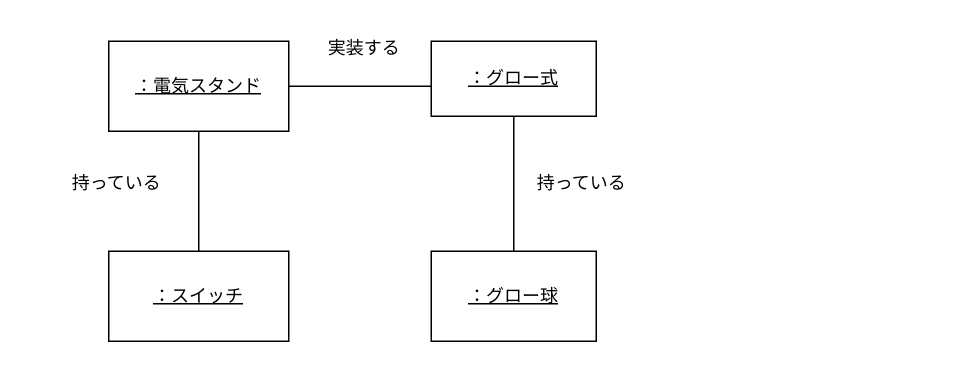
The draw.io diagram page "ページ2" (2 of 2) of Lesson09/Lesson9.drawio in ucsaeki/UML_chonyumon, before the edit. Source tidied: cells renumbered, new cells numbered last; positions are measured from the earlier drawing's top-left corner, leaving out a move shared by most shapes. Both pictures are drawn from the tidied source at 150%, with x=0, y=0 at pixel (56, 26).
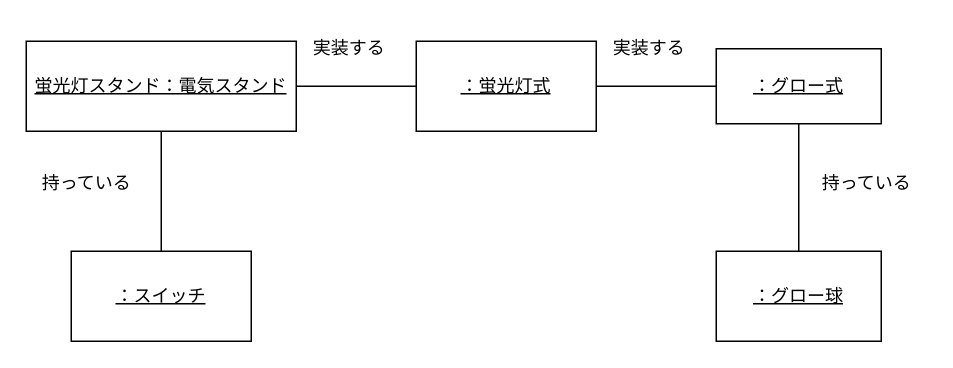
The same diagram, later.

Change to the diagram source:
```diff
@@
 <mxGraphModel>
   <root>
     <mxCell id="0" />
     <mxCell id="1" parent="0" />
     <mxCell id="2" style="shape=table;startSize=0;childLayout=tableLayout;" parent="1" vertex="1">
-      <mxGeometry x="250" y="10" width="110" height="50" as="geometry" />
+      <mxGeometry x="440" y="15" width="110" height="50" as="geometry" />
     </mxCell>
     <mxCell id="3" style="shape=tableRow;horizontal=0;startSize=0;swimlaneHead=0;swimlaneBody=0;strokeColor=inherit;top=0;left=0;bottom=0;right=0;fillColor=none;points=[[0,0.5],[1,0.5]];portConstraint=eastwest;fontStyle=4;" parent="2" vertex="1">
       <mxGeometry width="110" height="50" as="geometry" />
     </mxCell>
     <mxCell id="4" value="：グロー式" style="shape=partialRectangle;html=1;whiteSpace=wrap;strokeColor=inherit;overflow=hidden;fillColor=none;top=0;left=0;bottom=0;right=0;fontStyle=4;" parent="3" vertex="1">
       <mxGeometry width="110" height="50" as="geometry" />
     </mxCell>
     <mxCell id="5" style="shape=table;startSize=0;childLayout=tableLayout;" parent="1" vertex="1">
-      <mxGeometry x="250" y="150" width="110" height="60" as="geometry" />
+      <mxGeometry x="440" y="150" width="110" height="60" as="geometry" />
     </mxCell>
     <mxCell id="6" style="shape=tableRow;horizontal=0;startSize=0;swimlaneHead=0;swimlaneBody=0;strokeColor=inherit;top=0;left=0;bottom=0;right=0;fillColor=none;points=[[0,0.5],[1,0.5]];portConstraint=eastwest;fontStyle=4;" parent="5" vertex="1">
       <mxGeometry width="110" height="60" as="geometry" />
     </mxCell>
     <mxCell id="7" value="：グロー球" style="shape=partialRectangle;html=1;whiteSpace=wrap;strokeColor=inherit;overflow=hidden;fillColor=none;top=0;left=0;bottom=0;right=0;fontStyle=4;" parent="6" vertex="1">
       <mxGeometry width="110" height="60" as="geometry" />
     </mxCell>
     <mxCell id="8" value="実装する" style="text;html=1;align=center;verticalAlign=middle;strokeColor=none;fillColor=none;" parent="1" vertex="1">
-      <mxGeometry x="170" width="70" height="30" as="geometry" />
+      <mxGeometry x="160" width="70" height="30" as="geometry" />
     </mxCell>
     <mxCell id="9" value="持っている" style="text;html=1;align=center;verticalAlign=middle;strokeColor=none;fillColor=none;" parent="1" vertex="1">
-      <mxGeometry y="90" width="80" height="30" as="geometry" />
+      <mxGeometry x="-20" y="90" width="80" height="30" as="geometry" />
     </mxCell>
-    <mxCell id="10" style="edgeStyle=orthogonalEdgeStyle;rounded=0;jettySize=auto;html=1;exitX=1;exitY=0.5;exitDx=0;exitDy=0;endArrow=none;endFill=0;" parent="1" edge="1" source="12">
-      <mxGeometry relative="1" as="geometry">
-        <mxPoint x="250" y="40" as="targetPoint" />
-      </mxGeometry>
+    <mxCell id="10" style="edgeStyle=orthogonalEdgeStyle;rounded=0;jettySize=auto;html=1;exitX=1;exitY=0.5;exitDx=0;exitDy=0;endArrow=none;endFill=0;" parent="1" edge="1" source="12" target="17">
+      <mxGeometry relative="1" as="geometry" />
     </mxCell>
     <mxCell id="11" style="edgeStyle=orthogonalEdgeStyle;rounded=0;jettySize=auto;html=1;exitX=0.5;exitY=1;exitDx=0;exitDy=0;endArrow=none;endFill=0;" parent="1" edge="1" source="12" target="15">
       <mxGeometry relative="1" as="geometry" />
     </mxCell>
-    <mxCell id="12" value="&lt;u&gt;：電気スタンド&lt;/u&gt;" style="rounded=0;whiteSpace=wrap;html=1;" parent="1" vertex="1">
-      <mxGeometry x="35" y="10" width="120" height="60" as="geometry" />
+    <mxCell id="12" value="&lt;u&gt;蛍光灯スタンド：電気スタンド&lt;/u&gt;" style="rounded=0;whiteSpace=wrap;html=1;" parent="1" vertex="1">
+      <mxGeometry x="-20" y="10" width="180" height="60" as="geometry" />
     </mxCell>
     <mxCell id="13" value="持っている" style="text;html=1;align=center;verticalAlign=middle;strokeColor=none;fillColor=none;" parent="1" vertex="1">
-      <mxGeometry x="310" y="90" width="80" height="30" as="geometry" />
+      <mxGeometry x="500" y="90" width="80" height="30" as="geometry" />
     </mxCell>
     <mxCell id="14" style="endArrow=none;html=1;rounded=0;endFill=0;" parent="1" edge="1" source="3" target="6">
       <mxGeometry relative="1" as="geometry" />
     </mxCell>
     <mxCell id="15" value="&lt;u&gt;：スイッチ&lt;/u&gt;" style="rounded=0;whiteSpace=wrap;html=1;" parent="1" vertex="1">
-      <mxGeometry x="35" y="150" width="120" height="60" as="geometry" />
+      <mxGeometry x="10" y="150" width="120" height="60" as="geometry" />
     </mxCell>
+    <mxCell id="16" style="edgeStyle=orthogonalEdgeStyle;rounded=0;jettySize=auto;html=1;exitX=1;exitY=0.5;exitDx=0;exitDy=0;endArrow=none;endFill=0;" parent="1" edge="1" source="17" target="3">
+      <mxGeometry relative="1" as="geometry" />
+    </mxCell>
+    <mxCell id="17" value="&lt;u&gt;：蛍光灯式&lt;/u&gt;" style="rounded=0;whiteSpace=wrap;html=1;" parent="1" vertex="1">
+      <mxGeometry x="240" y="10" width="120" height="60" as="geometry" />
+    </mxCell>
+    <mxCell id="18" value="実装する" style="text;html=1;align=center;verticalAlign=middle;strokeColor=none;fillColor=none;" parent="1" vertex="1">
+      <mxGeometry x="360" width="70" height="30" as="geometry" />
+    </mxCell>
   </root>
 </mxGraphModel>
```
